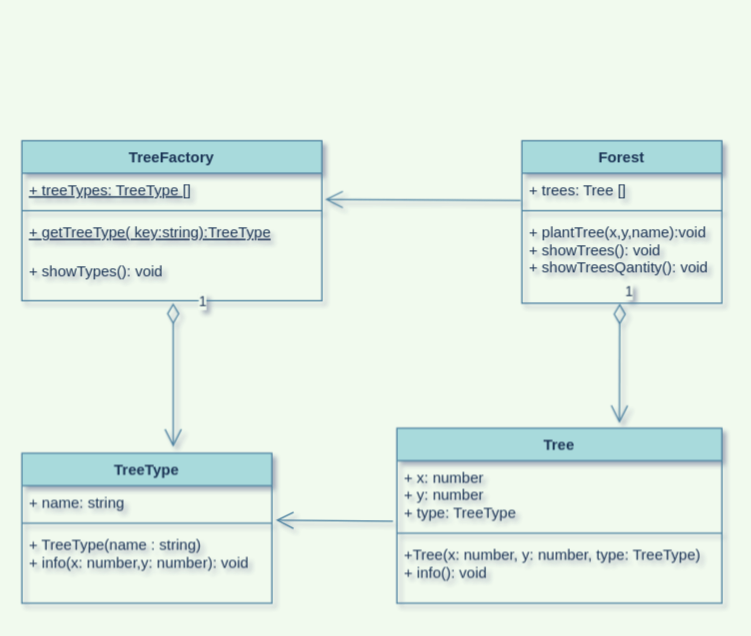
Before: structural/flyweight/flyweight.drawio in Yaltaphil/patterns, a draw.io diagram. Source tidied: cells renumbered, new cells numbered last; positions are measured from the earlier drawing's top-left corner, leaving out a move shared by most shapes. Both pictures are drawn from the tidied source at 125%, with x=0, y=0 at pixel (21, 140).
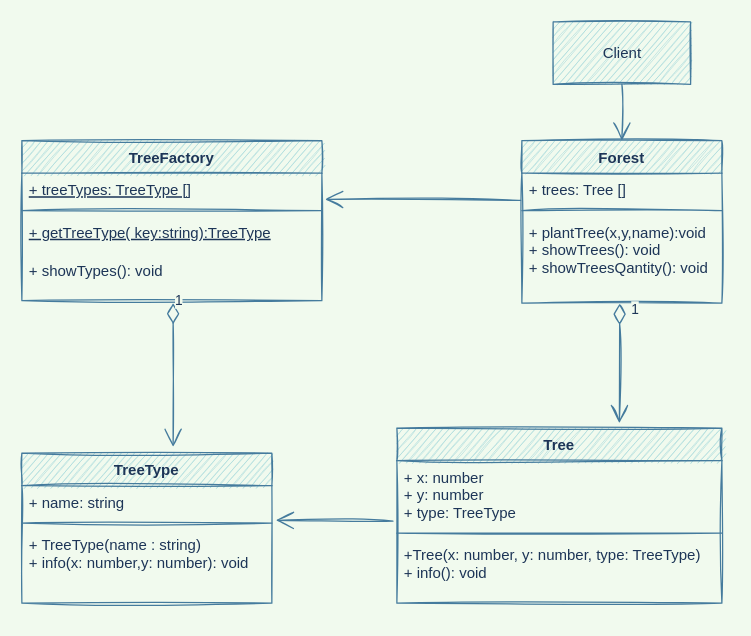
After the change.

Commit message:
fix: flyweight diagram

Diff of the diagram source:
```diff
@@
-<mxGraphModel background="#F1FAEE" shadow="1">
+<mxGraphModel background="#F1FAEE">
@@
-    <mxCell id="2" value="TreeType" style="swimlane;fontStyle=1;align=center;verticalAlign=top;horizontal=1;startSize=26;fillColor=#A8DADC;strokeColor=#457B9D;fontColor=#1D3557;" parent="1" vertex="1">
+    <mxCell id="2" value="TreeType" style="swimlane;fontStyle=1;align=center;verticalAlign=top;horizontal=1;startSize=26;fillColor=#A8DADC;strokeColor=#457B9D;fontColor=#1D3557;sketch=1;" parent="1" vertex="1">
       <mxGeometry y="250" width="200" height="120" as="geometry" />
     </mxCell>
-    <mxCell id="3" value="+ name: string" style="text;strokeColor=none;fillColor=none;align=left;verticalAlign=top;spacingLeft=4;spacingRight=4;overflow=hidden;points=[[0,0.5],[1,0.5]];portConstraint=eastwest;fontColor=#1D3557;" parent="2" vertex="1">
+    <mxCell id="3" value="+ name: string" style="text;strokeColor=none;fillColor=none;align=left;verticalAlign=top;spacingLeft=4;spacingRight=4;overflow=hidden;points=[[0,0.5],[1,0.5]];portConstraint=eastwest;fontColor=#1D3557;sketch=1;" parent="2" vertex="1">
       <mxGeometry y="26" width="200" height="26" as="geometry" />
     </mxCell>
-    <mxCell id="4" style="line;strokeWidth=1;fillColor=none;align=left;verticalAlign=middle;spacingTop=-1;spacingLeft=3;spacingRight=3;labelPosition=right;labelBackgroundColor=#F1FAEE;strokeColor=#457B9D;fontColor=#1D3557;" parent="2" vertex="1">
+    <mxCell id="4" style="line;strokeWidth=1;fillColor=none;align=left;verticalAlign=middle;spacingTop=-1;spacingLeft=3;spacingRight=3;labelPosition=right;strokeColor=#457B9D;fontColor=#1D3557;labelBackgroundColor=#F1FAEE;sketch=1;" parent="2" vertex="1">
       <mxGeometry y="52" width="200" height="8" as="geometry" />
     </mxCell>
-    <mxCell id="5" value="+ TreeType(name : string)&#10;+ info(x: number,y: number): void&#10;" style="text;strokeColor=none;fillColor=none;align=left;verticalAlign=top;spacingLeft=4;spacingRight=4;overflow=hidden;fontColor=#1D3557;" parent="2" vertex="1">
+    <mxCell id="5" value="+ TreeType(name : string)&#10;+ info(x: number,y: number): void&#10;" style="text;strokeColor=none;fillColor=none;align=left;verticalAlign=top;spacingLeft=4;spacingRight=4;overflow=hidden;fontColor=#1D3557;sketch=1;" parent="2" vertex="1">
       <mxGeometry y="60" width="200" height="60" as="geometry" />
     </mxCell>
-    <mxCell id="6" value="Tree" style="swimlane;fontStyle=1;align=center;verticalAlign=top;horizontal=1;startSize=26;fillColor=#A8DADC;strokeColor=#457B9D;fontColor=#1D3557;" parent="1" vertex="1">
+    <mxCell id="6" value="Tree" style="swimlane;fontStyle=1;align=center;verticalAlign=top;horizontal=1;startSize=26;fillColor=#A8DADC;strokeColor=#457B9D;fontColor=#1D3557;sketch=1;" parent="1" vertex="1">
       <mxGeometry x="300" y="230" width="260" height="140" as="geometry" />
     </mxCell>
-    <mxCell id="7" value="+ x: number&#10;+ y: number&#10;+ type: TreeType" style="text;strokeColor=none;fillColor=none;align=left;verticalAlign=top;spacingLeft=4;spacingRight=4;overflow=hidden;points=[[0,0.5],[1,0.5]];portConstraint=eastwest;fontColor=#1D3557;" parent="6" vertex="1">
+    <mxCell id="7" value="+ x: number&#10;+ y: number&#10;+ type: TreeType" style="text;strokeColor=none;fillColor=none;align=left;verticalAlign=top;spacingLeft=4;spacingRight=4;overflow=hidden;points=[[0,0.5],[1,0.5]];portConstraint=eastwest;fontColor=#1D3557;sketch=1;" parent="6" vertex="1">
       <mxGeometry y="26" width="260" height="54" as="geometry" />
     </mxCell>
-    <mxCell id="8" style="line;strokeWidth=1;fillColor=none;align=left;verticalAlign=middle;spacingTop=-1;spacingLeft=3;spacingRight=3;labelPosition=right;labelBackgroundColor=#F1FAEE;strokeColor=#457B9D;fontColor=#1D3557;" parent="6" vertex="1">
+    <mxCell id="8" style="line;strokeWidth=1;fillColor=none;align=left;verticalAlign=middle;spacingTop=-1;spacingLeft=3;spacingRight=3;labelPosition=right;strokeColor=#457B9D;fontColor=#1D3557;labelBackgroundColor=#F1FAEE;sketch=1;" parent="6" vertex="1">
       <mxGeometry y="80" width="260" height="8" as="geometry" />
     </mxCell>
-    <mxCell id="9" value="+Tree(x: number, y: number, type: TreeType)&#10;+ info(): void" style="text;strokeColor=none;fillColor=none;align=left;verticalAlign=top;spacingLeft=4;spacingRight=4;overflow=hidden;fontColor=#1D3557;" parent="6" vertex="1">
+    <mxCell id="9" value="+Tree(x: number, y: number, type: TreeType)&#10;+ info(): void" style="text;strokeColor=none;fillColor=none;align=left;verticalAlign=top;spacingLeft=4;spacingRight=4;overflow=hidden;fontColor=#1D3557;sketch=1;" parent="6" vertex="1">
       <mxGeometry y="88" width="260" height="52" as="geometry" />
     </mxCell>
-    <mxCell id="10" style="endArrow=open;endFill=1;endSize=12;html=1;exitX=-0.012;exitY=0.898;exitDx=0;exitDy=0;exitPerimeter=0;entryX=1.016;entryY=1.065;entryDx=0;entryDy=0;entryPerimeter=0;labelBackgroundColor=#F1FAEE;strokeColor=#457B9D;fontColor=#1D3557;" parent="1" edge="1" source="7" target="3">
+    <mxCell id="10" style="endArrow=open;endFill=1;endSize=12;html=1;exitX=-0.012;exitY=0.898;exitDx=0;exitDy=0;exitPerimeter=0;entryX=1.016;entryY=1.065;entryDx=0;entryDy=0;entryPerimeter=0;strokeColor=#457B9D;fontColor=#1D3557;labelBackgroundColor=#F1FAEE;sketch=1;" parent="1" edge="1" source="7" target="3">
       <mxGeometry relative="1" as="geometry" />
     </mxCell>
-    <mxCell id="11" value="TreeFactory" style="swimlane;fontStyle=1;align=center;verticalAlign=top;horizontal=1;startSize=26;fillColor=#A8DADC;strokeColor=#457B9D;fontColor=#1D3557;" parent="1" vertex="1">
+    <mxCell id="11" value="TreeFactory" style="swimlane;fontStyle=1;align=center;verticalAlign=top;horizontal=1;startSize=26;fillColor=#A8DADC;strokeColor=#457B9D;fontColor=#1D3557;sketch=1;" parent="1" vertex="1">
       <mxGeometry width="240" height="128" as="geometry" />
     </mxCell>
-    <mxCell id="12" value="+ treeTypes: TreeType []" style="text;strokeColor=none;fillColor=none;align=left;verticalAlign=top;spacingLeft=4;spacingRight=4;overflow=hidden;points=[[0,0.5],[1,0.5]];portConstraint=eastwest;fontColor=#1D3557;fontStyle=4;" parent="11" vertex="1">
+    <mxCell id="12" value="+ treeTypes: TreeType []" style="text;strokeColor=none;fillColor=none;align=left;verticalAlign=top;spacingLeft=4;spacingRight=4;overflow=hidden;points=[[0,0.5],[1,0.5]];portConstraint=eastwest;fontColor=#1D3557;fontStyle=4;sketch=1;" parent="11" vertex="1">
       <mxGeometry y="26" width="240" height="26" as="geometry" />
     </mxCell>
-    <mxCell id="13" style="line;strokeWidth=1;fillColor=none;align=left;verticalAlign=middle;spacingTop=-1;spacingLeft=3;spacingRight=3;labelPosition=right;labelBackgroundColor=#F1FAEE;strokeColor=#457B9D;fontColor=#1D3557;" parent="11" vertex="1">
+    <mxCell id="13" style="line;strokeWidth=1;fillColor=none;align=left;verticalAlign=middle;spacingTop=-1;spacingLeft=3;spacingRight=3;labelPosition=right;strokeColor=#457B9D;fontColor=#1D3557;labelBackgroundColor=#F1FAEE;sketch=1;" parent="11" vertex="1">
       <mxGeometry y="52" width="240" height="8" as="geometry" />
     </mxCell>
-    <mxCell id="14" value="+ getTreeType( key:string):TreeType&#10;" style="text;strokeColor=none;fillColor=none;align=left;verticalAlign=top;spacingLeft=4;spacingRight=4;overflow=hidden;fontColor=#1D3557;fontStyle=4;" parent="11" vertex="1">
+    <mxCell id="14" value="+ getTreeType( key:string):TreeType&#10;" style="text;strokeColor=none;fillColor=none;align=left;verticalAlign=top;spacingLeft=4;spacingRight=4;overflow=hidden;fontColor=#1D3557;fontStyle=4;sketch=1;" parent="11" vertex="1">
       <mxGeometry y="60" width="240" height="31" as="geometry" />
     </mxCell>
-    <mxCell id="15" value="+ showTypes(): void" style="text;strokeColor=none;fillColor=none;align=left;verticalAlign=top;spacingLeft=4;spacingRight=4;overflow=hidden;fontColor=#1D3557;fontStyle=0;" parent="11" vertex="1">
+    <mxCell id="15" value="+ showTypes(): void" style="text;strokeColor=none;fillColor=none;align=left;verticalAlign=top;spacingLeft=4;spacingRight=4;overflow=hidden;fontColor=#1D3557;fontStyle=0;sketch=1;" parent="11" vertex="1">
       <mxGeometry y="91" width="240" height="37" as="geometry" />
     </mxCell>
-    <mxCell id="16" value="Forest" style="swimlane;fontStyle=1;align=center;verticalAlign=top;horizontal=1;startSize=26;fillColor=#A8DADC;strokeColor=#457B9D;fontColor=#1D3557;" parent="1" vertex="1">
+    <mxCell id="16" value="Forest" style="swimlane;fontStyle=1;align=center;verticalAlign=top;horizontal=1;startSize=26;fillColor=#A8DADC;strokeColor=#457B9D;fontColor=#1D3557;sketch=1;" parent="1" vertex="1">
       <mxGeometry x="400" width="160" height="130" as="geometry" />
     </mxCell>
-    <mxCell id="17" value="+ trees: Tree []" style="text;strokeColor=none;fillColor=none;align=left;verticalAlign=top;spacingLeft=4;spacingRight=4;overflow=hidden;points=[[0,0.5],[1,0.5]];portConstraint=eastwest;fontColor=#1D3557;" parent="16" vertex="1">
+    <mxCell id="17" value="+ trees: Tree []" style="text;strokeColor=none;fillColor=none;align=left;verticalAlign=top;spacingLeft=4;spacingRight=4;overflow=hidden;points=[[0,0.5],[1,0.5]];portConstraint=eastwest;fontColor=#1D3557;sketch=1;" parent="16" vertex="1">
       <mxGeometry y="26" width="160" height="26" as="geometry" />
     </mxCell>
-    <mxCell id="18" style="line;strokeWidth=1;fillColor=none;align=left;verticalAlign=middle;spacingTop=-1;spacingLeft=3;spacingRight=3;labelPosition=right;labelBackgroundColor=#F1FAEE;strokeColor=#457B9D;fontColor=#1D3557;" parent="16" vertex="1">
+    <mxCell id="18" style="line;strokeWidth=1;fillColor=none;align=left;verticalAlign=middle;spacingTop=-1;spacingLeft=3;spacingRight=3;labelPosition=right;strokeColor=#457B9D;fontColor=#1D3557;labelBackgroundColor=#F1FAEE;sketch=1;" parent="16" vertex="1">
       <mxGeometry y="52" width="160" height="8" as="geometry" />
     </mxCell>
-    <mxCell id="19" value="+ plantTree(x,y,name):void&#10;+ showTrees(): void&#10;+ showTreesQantity(): void" style="text;strokeColor=none;fillColor=none;align=left;verticalAlign=top;spacingLeft=4;spacingRight=4;overflow=hidden;points=[[0,0.5],[1,0.5]];portConstraint=eastwest;fontColor=#1D3557;" parent="16" vertex="1">
+    <mxCell id="19" value="+ plantTree(x,y,name):void&#10;+ showTrees(): void&#10;+ showTreesQantity(): void" style="text;strokeColor=none;fillColor=none;align=left;verticalAlign=top;spacingLeft=4;spacingRight=4;overflow=hidden;points=[[0,0.5],[1,0.5]];portConstraint=eastwest;fontColor=#1D3557;sketch=1;" parent="16" vertex="1">
       <mxGeometry y="60" width="160" height="70" as="geometry" />
     </mxCell>
-    <mxCell id="20" value="1" style="endArrow=open;html=1;endSize=12;startArrow=diamondThin;startSize=14;startFill=0;align=left;verticalAlign=bottom;exitX=0.489;exitY=1.005;exitDx=0;exitDy=0;exitPerimeter=0;labelBackgroundColor=#F1FAEE;strokeColor=#457B9D;fontColor=#1D3557;" parent="1" edge="1" source="19">
-      <mxGeometry x="-1" y="3" relative="1" as="geometry">
+    <mxCell id="20" value="1" style="endArrow=open;html=1;endSize=12;startArrow=diamondThin;startSize=14;startFill=0;align=left;verticalAlign=bottom;exitX=0.489;exitY=1.005;exitDx=0;exitDy=0;exitPerimeter=0;strokeColor=#457B9D;fontColor=#1D3557;labelBackgroundColor=#F1FAEE;sketch=1;" parent="1" edge="1" source="19">
+      <mxGeometry x="-0.71" y="8" relative="1" as="geometry">
         <mxPoint x="478" y="226" as="targetPoint" />
       </mxGeometry>
     </mxCell>
-    <mxCell id="21" value="1" style="endArrow=open;html=1;endSize=12;startArrow=diamondThin;startSize=14;startFill=0;align=left;verticalAlign=bottom;labelBackgroundColor=#F1FAEE;strokeColor=#457B9D;fontColor=#1D3557;sketch=0;shadow=0;" parent="1" edge="1">
-      <mxGeometry x="-0.86" y="19" relative="1" as="geometry">
+    <mxCell id="21" value="1" style="endArrow=open;html=1;endSize=12;startArrow=diamondThin;startSize=14;startFill=0;align=left;verticalAlign=bottom;strokeColor=#457B9D;fontColor=#1D3557;shadow=0;labelBackgroundColor=#F1FAEE;sketch=1;" parent="1" edge="1">
+      <mxGeometry x="-0.88" relative="1" as="geometry">
         <mxPoint x="121" y="130" as="sourcePoint" />
         <mxPoint x="121" y="245" as="targetPoint" />
       </mxGeometry>
     </mxCell>
-    <mxCell id="22" style="endArrow=open;endFill=1;endSize=12;html=1;entryX=1.011;entryY=0.808;entryDx=0;entryDy=0;entryPerimeter=0;exitX=-0.006;exitY=0.84;exitDx=0;exitDy=0;exitPerimeter=0;labelBackgroundColor=#F1FAEE;strokeColor=#457B9D;fontColor=#1D3557;" parent="1" edge="1" source="17" target="12">
+    <mxCell id="22" style="endArrow=open;endFill=1;endSize=12;html=1;entryX=1.011;entryY=0.808;entryDx=0;entryDy=0;entryPerimeter=0;exitX=-0.006;exitY=0.84;exitDx=0;exitDy=0;exitPerimeter=0;strokeColor=#457B9D;fontColor=#1D3557;labelBackgroundColor=#F1FAEE;sketch=1;" parent="1" edge="1" source="17" target="12">
       <mxGeometry relative="1" as="geometry" />
     </mxCell>
+    <mxCell id="23" value="Client" style="html=1;fillColor=#A8DADC;strokeColor=#457B9D;fontColor=#1D3557;sketch=1;" parent="1" vertex="1">
+      <mxGeometry x="425" y="-95" width="110" height="50" as="geometry" />
+    </mxCell>
+    <mxCell id="24" style="endArrow=open;endFill=1;endSize=12;html=1;fontColor=#1D3557;strokeColor=#457B9D;fillColor=#A8DADC;exitX=0.5;exitY=1;exitDx=0;exitDy=0;entryX=0.5;entryY=0;entryDx=0;entryDy=0;sketch=1;" parent="1" edge="1" source="23" target="16">
+      <mxGeometry relative="1" as="geometry" />
+    </mxCell>
```
